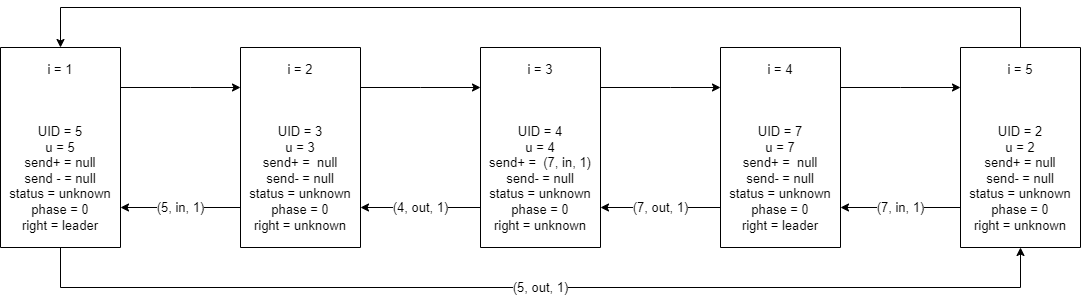
This is tods/02-tods.drawio.png from h1tlan/tods_first_exercise, a draw.io export, as it was before one commit. Source tidied: cells renumbered, new cells last; positions are measured from the earlier drawing's top-left corner, leaving out a move shared by most shapes.
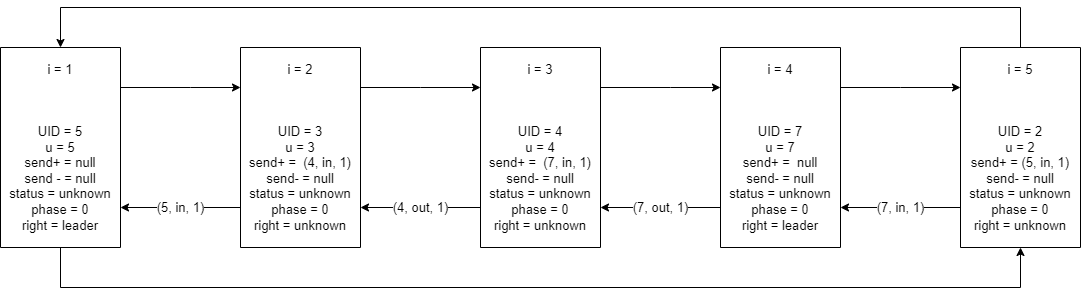
The same diagram one commit later.

What changed in the source:
```diff
@@ -10,7 +10,7 @@
         </Array>
       </mxGeometry>
     </mxCell>
-    <mxCell id="3" value="(5, out, 1)" style="edgeStyle=orthogonalEdgeStyle;rounded=0;jettySize=auto;html=1;labelBorderColor=none;fontSize=13;" parent="1" edge="1" source="4" target="16">
+    <mxCell id="3" style="edgeStyle=orthogonalEdgeStyle;rounded=0;jettySize=auto;html=1;labelBorderColor=none;fontSize=13;" parent="1" edge="1" source="4" target="16">
       <mxGeometry relative="1" as="geometry">
         <Array as="points">
           <mxPoint x="60" y="280" />
@@ -37,7 +37,7 @@
         </Array>
       </mxGeometry>
     </mxCell>
-    <mxCell id="7" value="i = 2&lt;br&gt;&lt;br&gt;&lt;br&gt;&lt;br&gt;UID = 3&lt;br&gt;u = 3&lt;br&gt;send+ =&amp;nbsp; null&lt;br&gt;send- = null&lt;br&gt;status = unknown&lt;br&gt;phase = 0&lt;br&gt;right = unknown" style="rounded=0;whiteSpace=wrap;html=1;fontSize=13;direction=south;" parent="1" vertex="1">
+    <mxCell id="7" value="i = 2&lt;br&gt;&lt;br&gt;&lt;br&gt;&lt;br&gt;UID = 3&lt;br&gt;u = 3&lt;br&gt;send+ =&amp;nbsp; (4, in, 1)&lt;br&gt;send- = null&lt;br&gt;status = unknown&lt;br&gt;phase = 0&lt;br&gt;right = unknown" style="rounded=0;whiteSpace=wrap;html=1;fontSize=13;direction=south;" parent="1" vertex="1">
       <mxGeometry x="240" y="40" width="120" height="200" as="geometry" />
     </mxCell>
     <mxCell id="8" value="(4, out, 1)" style="edgeStyle=orthogonalEdgeStyle;rounded=0;jettySize=auto;html=1;labelBorderColor=none;fontSize=13;" parent="1" edge="1" source="10" target="7">
@@ -94,7 +94,7 @@
         </Array>
       </mxGeometry>
     </mxCell>
-    <mxCell id="16" value="i = 5&lt;br&gt;&lt;br&gt;&lt;br&gt;&lt;br&gt;UID = 2&lt;br&gt;u = 2&lt;br&gt;send+ = null&lt;br&gt;send- = null&lt;br&gt;status = unknown&lt;br&gt;phase = 0&lt;br&gt;right = unknown" style="rounded=0;whiteSpace=wrap;html=1;fontSize=13;direction=south;" parent="1" vertex="1">
+    <mxCell id="16" value="i = 5&lt;br&gt;&lt;br&gt;&lt;br&gt;&lt;br&gt;UID = 2&lt;br&gt;u = 2&lt;br&gt;send+ = (5, in, 1)&lt;br&gt;send- = null&lt;br&gt;status = unknown&lt;br&gt;phase = 0&lt;br&gt;right = unknown" style="rounded=0;whiteSpace=wrap;html=1;fontSize=13;direction=south;" parent="1" vertex="1">
       <mxGeometry x="960" y="40" width="120" height="200" as="geometry" />
     </mxCell>
   </root>
```
